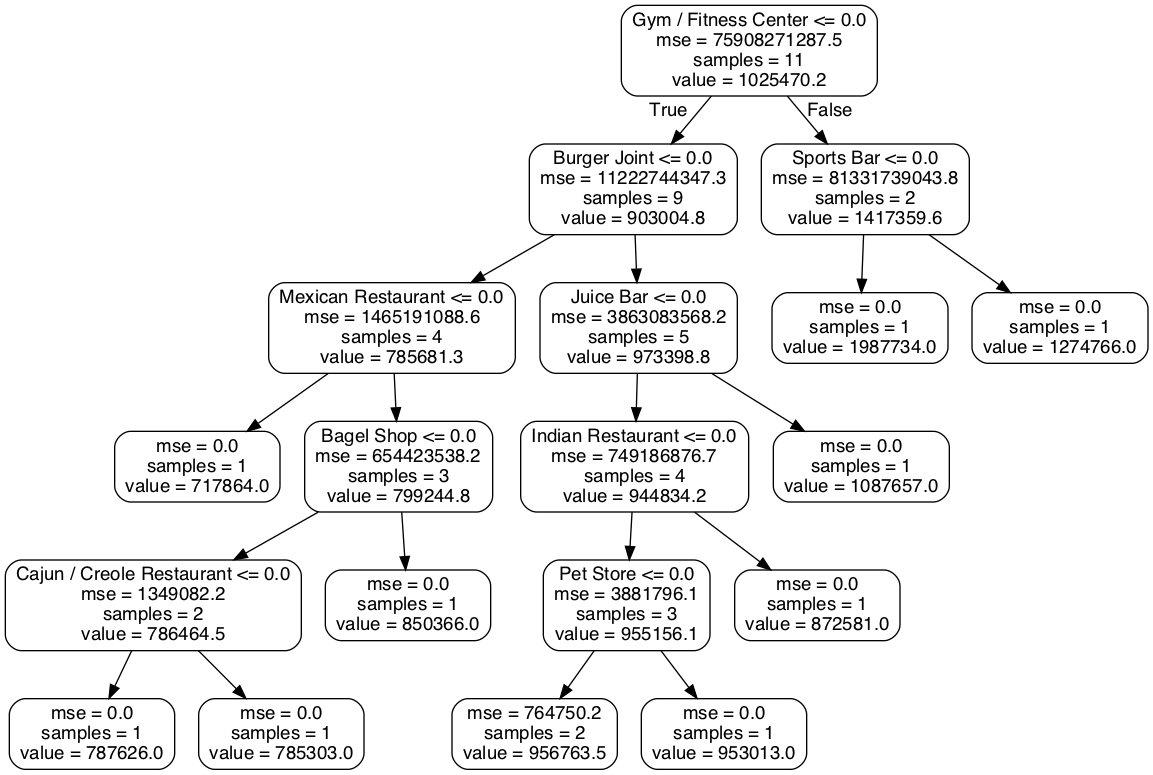
allaccountstaken/predicting_urban_home_values keeps this Graphviz diagram as high_price_tree.png. Above is the earlier version. Its source is kept beside it as high_price_tree.dot.
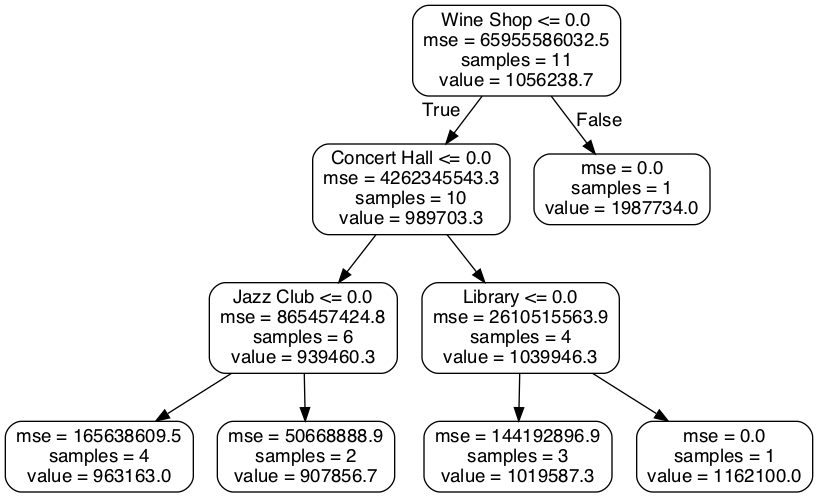
After the commit.

Change to the diagram source:
```diff
@@ -1,41 +1,21 @@
 digraph Tree {
 node [shape=box, style="rounded", color="black", fontname=helvetica] ;
 edge [fontname=helvetica] ;
-0 [label="Gym / Fitness Center <= 0.0\nmse = 75908271287.5\nsamples = 11\nvalue = 1025470.2"] ;
-1 [label="Burger Joint <= 0.0\nmse = 11222744347.3\nsamples = 9\nvalue = 903004.8"] ;
+0 [label="Wine Shop <= 0.0\nmse = 65955586032.5\nsamples = 11\nvalue = 1056238.7"] ;
+1 [label="Concert Hall <= 0.0\nmse = 4262345543.3\nsamples = 10\nvalue = 989703.3"] ;
 0 -> 1 [labeldistance=2.5, labelangle=45, headlabel="True"] ;
-2 [label="Mexican Restaurant <= 0.0\nmse = 1465191088.6\nsamples = 4\nvalue = 785681.3"] ;
+2 [label="Jazz Club <= 0.0\nmse = 865457424.8\nsamples = 6\nvalue = 939460.3"] ;
 1 -> 2 ;
-3 [label="mse = 0.0\nsamples = 1\nvalue = 717864.0"] ;
+3 [label="mse = 165638609.5\nsamples = 4\nvalue = 963163.0"] ;
 2 -> 3 ;
-4 [label="Bagel Shop <= 0.0\nmse = 654423538.2\nsamples = 3\nvalue = 799244.8"] ;
+4 [label="mse = 50668888.9\nsamples = 2\nvalue = 907856.7"] ;
 2 -> 4 ;
-5 [label="Cajun / Creole Restaurant <= 0.0\nmse = 1349082.2\nsamples = 2\nvalue = 786464.5"] ;
-4 -> 5 ;
-6 [label="mse = 0.0\nsamples = 1\nvalue = 787626.0"] ;
+5 [label="Library <= 0.0\nmse = 2610515563.9\nsamples = 4\nvalue = 1039946.3"] ;
+1 -> 5 ;
+6 [label="mse = 144192896.9\nsamples = 3\nvalue = 1019587.3"] ;
 5 -> 6 ;
-7 [label="mse = 0.0\nsamples = 1\nvalue = 785303.0"] ;
+7 [label="mse = 0.0\nsamples = 1\nvalue = 1162100.0"] ;
 5 -> 7 ;
-8 [label="mse = 0.0\nsamples = 1\nvalue = 850366.0"] ;
-4 -> 8 ;
-9 [label="Juice Bar <= 0.0\nmse = 3863083568.2\nsamples = 5\nvalue = 973398.8"] ;
-1 -> 9 ;
-10 [label="Indian Restaurant <= 0.0\nmse = 749186876.7\nsamples = 4\nvalue = 944834.2"] ;
-9 -> 10 ;
-11 [label="Pet Store <= 0.0\nmse = 3881796.1\nsamples = 3\nvalue = 955156.1"] ;
-10 -> 11 ;
-12 [label="mse = 764750.2\nsamples = 2\nvalue = 956763.5"] ;
-11 -> 12 ;
-13 [label="mse = 0.0\nsamples = 1\nvalue = 953013.0"] ;
-11 -> 13 ;
-14 [label="mse = 0.0\nsamples = 1\nvalue = 872581.0"] ;
-10 -> 14 ;
-15 [label="mse = 0.0\nsamples = 1\nvalue = 1087657.0"] ;
-9 -> 15 ;
-16 [label="Sports Bar <= 0.0\nmse = 81331739043.8\nsamples = 2\nvalue = 1417359.6"] ;
-0 -> 16 [labeldistance=2.5, labelangle=-45, headlabel="False"] ;
-17 [label="mse = 0.0\nsamples = 1\nvalue = 1987734.0"] ;
-16 -> 17 ;
-18 [label="mse = 0.0\nsamples = 1\nvalue = 1274766.0"] ;
-16 -> 18 ;
+8 [label="mse = 0.0\nsamples = 1\nvalue = 1987734.0"] ;
+0 -> 8 [labeldistance=2.5, labelangle=-45, headlabel="False"] ;
 }
```
